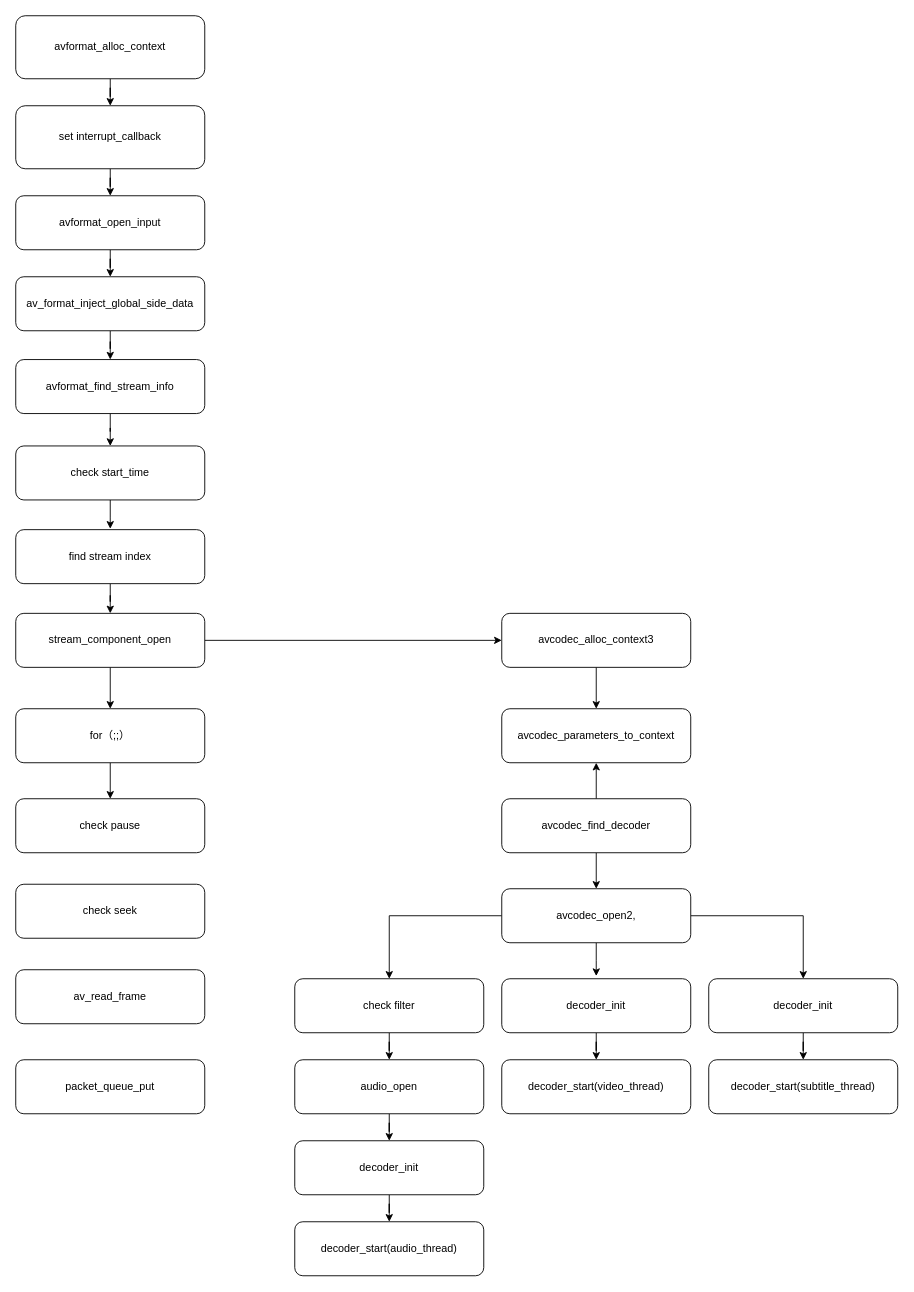
Before: flowchat/ffplay_read_thread.drawio in stayreal0327/drawio, a draw.io diagram. Source tidied: cells renumbered, new cells numbered last; positions are measured from the earlier drawing's top-left corner, leaving out a move shared by most shapes. Both pictures are drawn from the tidied source at 90%, with x=0, y=0 at pixel (15, 15).
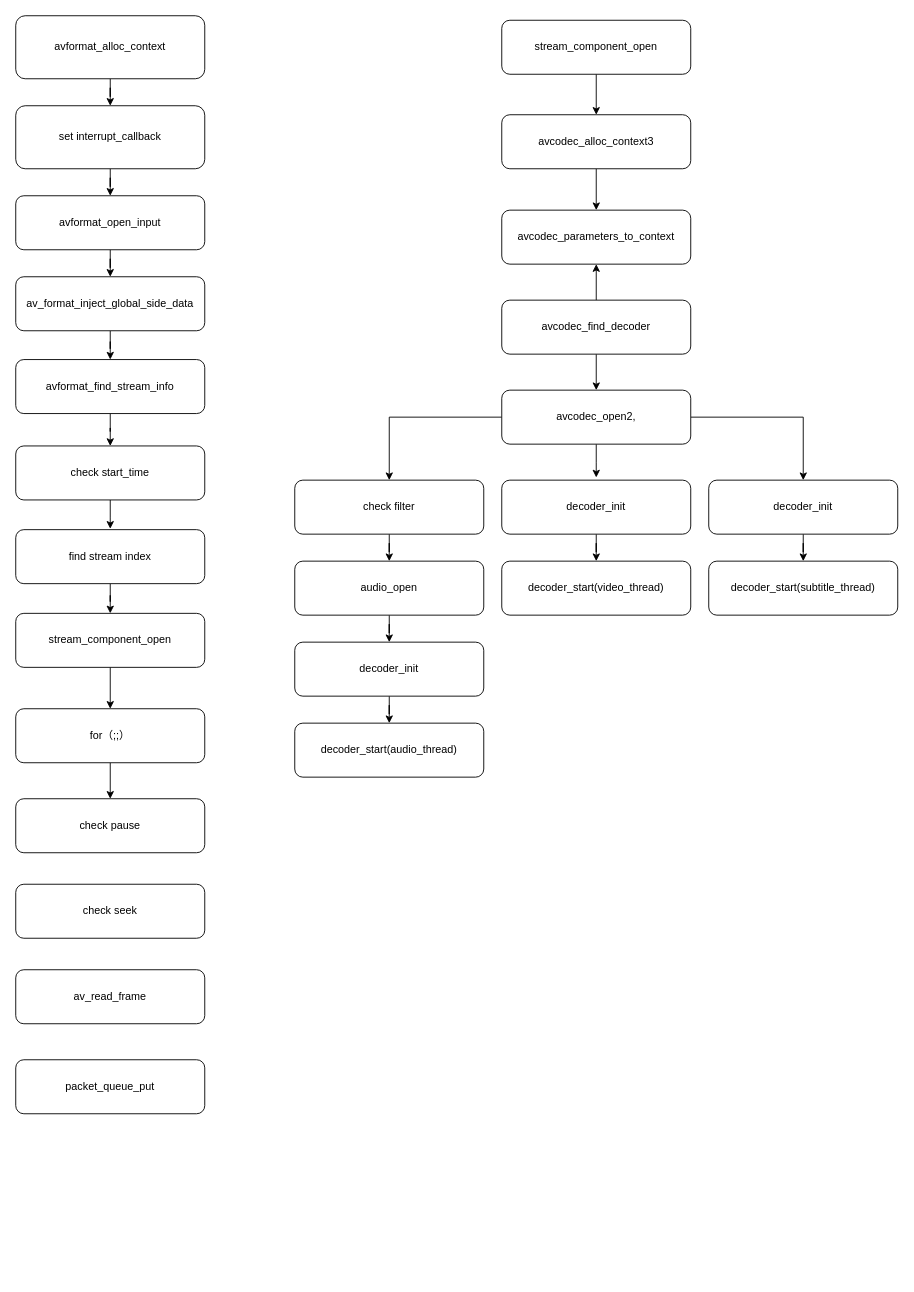
Above is the later version.

Unchanged cells that the change refers to:
```xml
<mxCell id="18" value="stream_component_open" style="whiteSpace=wrap;html=1;rounded=1;shadow=0;strokeWidth=1;glass=0;" parent="1" vertex="1">
  <mxGeometry y="664" width="210" height="60" as="geometry" />
</mxCell>
```

What changed in the source:
```diff
@@
-    <mxCell id="17" style="edgeStyle=orthogonalEdgeStyle;rounded=0;jettySize=auto;html=1;entryX=0;entryY=0.5;entryDx=0;entryDy=0;" parent="1" edge="1" source="18" target="26">
-      <mxGeometry relative="1" as="geometry" />
-    </mxCell>
@@
     <mxCell id="26" value="avcodec_alloc_context3" style="whiteSpace=wrap;html=1;rounded=1;shadow=0;strokeWidth=1;glass=0;" parent="1" vertex="1">
-      <mxGeometry x="540" y="664" width="210" height="60" as="geometry" />
+      <mxGeometry x="540" y="110" width="210" height="60" as="geometry" />
     </mxCell>
@@
     <mxCell id="29" value="avcodec_find_decoder" style="whiteSpace=wrap;html=1;rounded=1;shadow=0;strokeWidth=1;glass=0;" parent="1" vertex="1">
-      <mxGeometry x="540" y="870" width="210" height="60" as="geometry" />
+      <mxGeometry x="540" y="316" width="210" height="60" as="geometry" />
     </mxCell>
     <mxCell id="30" value="avcodec_parameters_to_context" style="whiteSpace=wrap;html=1;rounded=1;shadow=0;strokeWidth=1;glass=0;" parent="1" vertex="1">
-      <mxGeometry x="540" y="770" width="210" height="60" as="geometry" />
+      <mxGeometry x="540" y="216" width="210" height="60" as="geometry" />
     </mxCell>
@@
     <mxCell id="32" style="edgeStyle=orthogonalEdgeStyle;rounded=0;jettySize=auto;html=1;" parent="1" edge="1" source="34">
       <mxGeometry relative="1" as="geometry">
-        <mxPoint x="645" y="1067" as="targetPoint" />
+        <mxPoint x="645" y="513" as="targetPoint" />
       </mxGeometry>
     </mxCell>
@@
     <mxCell id="34" value="avcodec_open2," style="whiteSpace=wrap;html=1;rounded=1;shadow=0;strokeWidth=1;glass=0;" parent="1" vertex="1">
-      <mxGeometry x="540" y="970" width="210" height="60" as="geometry" />
+      <mxGeometry x="540" y="416" width="210" height="60" as="geometry" />
     </mxCell>
@@
     <mxCell id="36" value="check filter" style="whiteSpace=wrap;html=1;rounded=1;shadow=0;strokeWidth=1;glass=0;" parent="1" vertex="1">
-      <mxGeometry x="310" y="1070" width="210" height="60" as="geometry" />
+      <mxGeometry x="310" y="516" width="210" height="60" as="geometry" />
     </mxCell>
@@
     <mxCell id="38" value="decoder_init" style="whiteSpace=wrap;html=1;rounded=1;shadow=0;strokeWidth=1;glass=0;" parent="1" vertex="1">
-      <mxGeometry x="310" y="1250" width="210" height="60" as="geometry" />
+      <mxGeometry x="310" y="696" width="210" height="60" as="geometry" />
     </mxCell>
     <mxCell id="39" value="decoder_start(audio_thread)" style="whiteSpace=wrap;html=1;rounded=1;shadow=0;strokeWidth=1;glass=0;" parent="1" vertex="1">
-      <mxGeometry x="310" y="1340" width="210" height="60" as="geometry" />
+      <mxGeometry x="310" y="786" width="210" height="60" as="geometry" />
     </mxCell>
@@
     <mxCell id="41" value="audio_open" style="whiteSpace=wrap;html=1;rounded=1;shadow=0;strokeWidth=1;glass=0;" parent="1" vertex="1">
-      <mxGeometry x="310" y="1160" width="210" height="60" as="geometry" />
+      <mxGeometry x="310" y="606" width="210" height="60" as="geometry" />
     </mxCell>
@@
     <mxCell id="43" value="decoder_init" style="whiteSpace=wrap;html=1;rounded=1;shadow=0;strokeWidth=1;glass=0;" parent="1" vertex="1">
-      <mxGeometry x="540" y="1070" width="210" height="60" as="geometry" />
+      <mxGeometry x="540" y="516" width="210" height="60" as="geometry" />
     </mxCell>
     <mxCell id="44" value="decoder_start(video_thread)" style="whiteSpace=wrap;html=1;rounded=1;shadow=0;strokeWidth=1;glass=0;" parent="1" vertex="1">
-      <mxGeometry x="540" y="1160" width="210" height="60" as="geometry" />
+      <mxGeometry x="540" y="606" width="210" height="60" as="geometry" />
     </mxCell>
@@
     <mxCell id="46" value="decoder_init" style="whiteSpace=wrap;html=1;rounded=1;shadow=0;strokeWidth=1;glass=0;" parent="1" vertex="1">
-      <mxGeometry x="770" y="1070" width="210" height="60" as="geometry" />
+      <mxGeometry x="770" y="516" width="210" height="60" as="geometry" />
     </mxCell>
     <mxCell id="47" value="decoder_start(subtitle_thread)" style="whiteSpace=wrap;html=1;rounded=1;shadow=0;strokeWidth=1;glass=0;" parent="1" vertex="1">
-      <mxGeometry x="770" y="1160" width="210" height="60" as="geometry" />
+      <mxGeometry x="770" y="606" width="210" height="60" as="geometry" />
     </mxCell>
+    <mxCell id="48" style="edgeStyle=orthogonalEdgeStyle;rounded=0;jettySize=auto;html=1;entryX=0.5;entryY=0;entryDx=0;entryDy=0;" parent="1" edge="1" source="49" target="26">
+      <mxGeometry relative="1" as="geometry" />
+    </mxCell>
+    <mxCell id="49" value="stream_component_open" style="whiteSpace=wrap;html=1;rounded=1;shadow=0;strokeWidth=1;glass=0;" parent="1" vertex="1">
+      <mxGeometry x="540" y="5" width="210" height="60" as="geometry" />
+    </mxCell>
```
